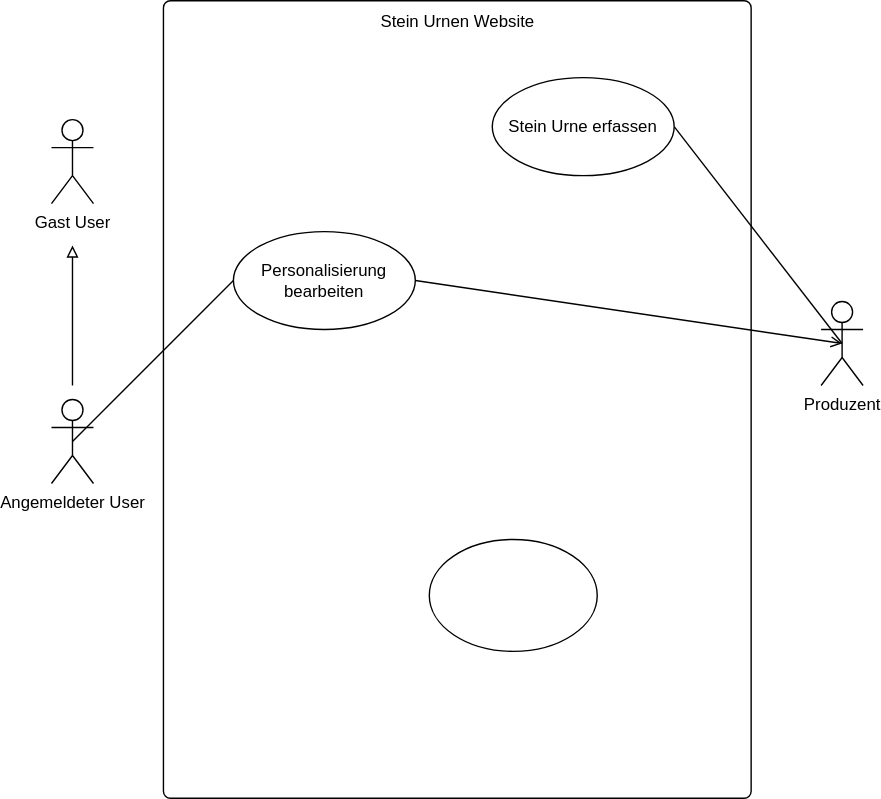
The draw.io diagram doc/figures/ucDiagramm.drawio.svg in bauerfel/bauersteine, before a commit. Source tidied: cells renumbered, new cells last; positions are measured from the earlier drawing's top-left corner, leaving out a move shared by most shapes.
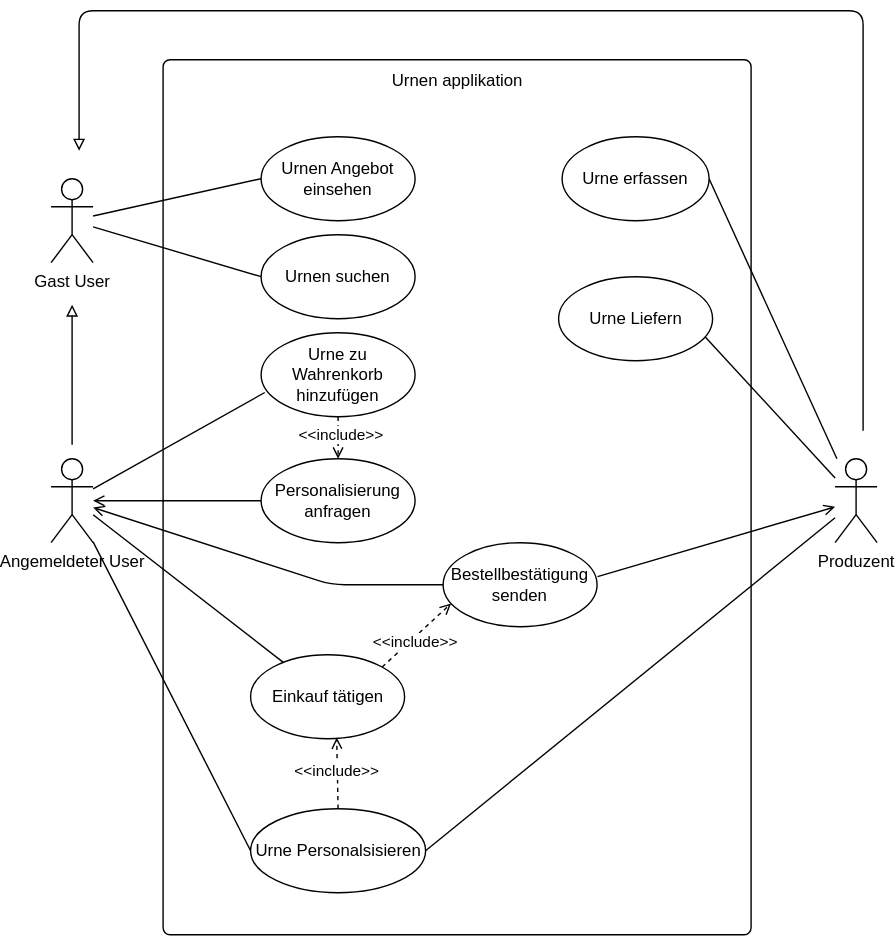
Above is the later version.

Commit message:
UC Diagram aktualisiert

The edit, as a diff of the source:
```diff
@@ -3,28 +3,45 @@
     <mxCell id="0" />
     <mxCell id="1" parent="0" />
     <mxCell id="2" style="html=1;align=center;verticalAlign=top;rounded=1;absoluteArcSize=1;arcSize=10;dashed=0;" parent="1" vertex="1">
-      <mxGeometry x="80" width="420" height="570" as="geometry" />
+      <mxGeometry x="80" width="420" height="625" as="geometry" />
     </mxCell>
+    <mxCell id="14" style="edgeStyle=none;html=1;entryX=0;entryY=0.5;entryDx=0;entryDy=0;endArrow=none;endFill=0;" parent="1" edge="1" source="3" target="13">
+      <mxGeometry relative="1" as="geometry" />
+    </mxCell>
+    <mxCell id="15" style="edgeStyle=none;html=1;entryX=0;entryY=0.5;entryDx=0;entryDy=0;endArrow=none;endFill=0;" parent="1" edge="1" source="3" target="20">
+      <mxGeometry relative="1" as="geometry" />
+    </mxCell>
     <mxCell id="3" value="Gast User" style="shape=umlActor;verticalLabelPosition=bottom;verticalAlign=top;html=1;outlineConnect=0;" parent="1" vertex="1">
       <mxGeometry y="85" width="30" height="60" as="geometry" />
     </mxCell>
-    <mxCell id="4" style="edgeStyle=none;html=1;exitX=0.5;exitY=0.5;exitDx=0;exitDy=0;exitPerimeter=0;entryX=0;entryY=0.5;entryDx=0;entryDy=0;endArrow=none;endFill=0;" parent="1" edge="1" source="5" target="12">
+    <mxCell id="4" style="edgeStyle=none;html=1;entryX=0;entryY=0.5;entryDx=0;entryDy=0;endArrow=none;endFill=0;" parent="1" edge="1" source="5" target="12">
       <mxGeometry relative="1" as="geometry" />
     </mxCell>
+    <mxCell id="16" style="edgeStyle=none;html=1;entryX=0.024;entryY=0.712;entryDx=0;entryDy=0;entryPerimeter=0;endArrow=none;endFill=0;" parent="1" edge="1" source="5" target="23">
+      <mxGeometry relative="1" as="geometry" />
+    </mxCell>
+    <mxCell id="17" style="edgeStyle=none;html=1;endArrow=none;endFill=0;" parent="1" edge="1" target="26">
+      <mxGeometry relative="1" as="geometry">
+        <mxPoint x="30" y="325" as="sourcePoint" />
+      </mxGeometry>
+    </mxCell>
     <mxCell id="5" value="Angemeldeter User" style="shape=umlActor;verticalLabelPosition=bottom;verticalAlign=top;html=1;outlineConnect=0;" parent="1" vertex="1">
       <mxGeometry y="285" width="30" height="60" as="geometry" />
     </mxCell>
-    <mxCell id="6" style="edgeStyle=none;html=1;exitX=0.5;exitY=0.5;exitDx=0;exitDy=0;exitPerimeter=0;entryX=1;entryY=0.5;entryDx=0;entryDy=0;endArrow=none;endFill=0;" parent="1" edge="1" source="7" target="9">
+    <mxCell id="6" style="edgeStyle=none;html=1;entryX=1;entryY=0.5;entryDx=0;entryDy=0;endArrow=none;endFill=0;" parent="1" edge="1" source="7" target="9">
       <mxGeometry relative="1" as="geometry" />
     </mxCell>
+    <mxCell id="18" style="edgeStyle=none;html=1;entryX=0.93;entryY=0.673;entryDx=0;entryDy=0;entryPerimeter=0;endArrow=none;endFill=0;" parent="1" edge="1" source="7" target="29">
+      <mxGeometry relative="1" as="geometry" />
+    </mxCell>
     <mxCell id="7" value="Produzent" style="shape=umlActor;verticalLabelPosition=bottom;verticalAlign=top;html=1;outlineConnect=0;" parent="1" vertex="1">
-      <mxGeometry x="550" y="215" width="30" height="60" as="geometry" />
+      <mxGeometry x="560" y="285" width="30" height="60" as="geometry" />
     </mxCell>
-    <mxCell id="8" value="Stein Urnen Website" style="text;html=1;align=center;verticalAlign=middle;strokeColor=none;fillColor=none;" parent="1" vertex="1">
-      <mxGeometry x="225" width="130" height="30" as="geometry" />
+    <mxCell id="8" value="Urnen applikation" style="text;html=1;align=center;verticalAlign=middle;strokeColor=none;fillColor=none;" parent="1" vertex="1">
+      <mxGeometry x="230" width="120" height="30" as="geometry" />
     </mxCell>
-    <mxCell id="9" value="Stein Urne erfassen" style="ellipse;whiteSpace=wrap;html=1;" parent="1" vertex="1">
-      <mxGeometry x="315" y="55" width="130" height="70" as="geometry" />
+    <mxCell id="9" value="Urne erfassen" style="ellipse;whiteSpace=wrap;html=1;" parent="1" vertex="1">
+      <mxGeometry x="365" y="55" width="105" height="60" as="geometry" />
     </mxCell>
     <mxCell id="10" style="endArrow=block;html=1;endFill=0;" parent="1" edge="1">
       <mxGeometry relative="1" as="geometry">
@@ -32,14 +49,79 @@
         <mxPoint x="15" y="175" as="targetPoint" />
       </mxGeometry>
     </mxCell>
-    <mxCell id="11" style="edgeStyle=none;html=1;exitX=1;exitY=0.5;exitDx=0;exitDy=0;entryX=0.5;entryY=0.5;entryDx=0;entryDy=0;entryPerimeter=0;endArrow=open;endFill=0;" parent="1" edge="1" source="12" target="7">
+    <mxCell id="11" style="edgeStyle=none;html=1;exitX=1;exitY=0.5;exitDx=0;exitDy=0;endArrow=none;endFill=0;" parent="1" edge="1" source="12" target="7">
       <mxGeometry relative="1" as="geometry" />
     </mxCell>
-    <mxCell id="12" value="Personalisierung bearbeiten" style="ellipse;whiteSpace=wrap;html=1;" parent="1" vertex="1">
-      <mxGeometry x="130" y="165" width="130" height="70" as="geometry" />
+    <mxCell id="12" value="Urne Personalsisieren" style="ellipse;whiteSpace=wrap;html=1;" parent="1" vertex="1">
+      <mxGeometry x="142.5" y="535" width="125" height="60" as="geometry" />
     </mxCell>
-    <mxCell id="13" style="ellipse;whiteSpace=wrap;html=1;" parent="1" vertex="1">
-      <mxGeometry x="270" y="385" width="120" height="80" as="geometry" />
+    <mxCell id="13" value="Urnen Angebot einsehen" style="ellipse;whiteSpace=wrap;html=1;" parent="1" vertex="1">
+      <mxGeometry x="150" y="55" width="110" height="60" as="geometry" />
     </mxCell>
+    <mxCell id="19" style="endArrow=block;html=1;endFill=0;" parent="1" edge="1">
+      <mxGeometry relative="1" as="geometry">
+        <mxPoint x="580" y="265" as="sourcePoint" />
+        <mxPoint x="20" y="65" as="targetPoint" />
+        <Array as="points">
+          <mxPoint x="580" y="-35" />
+          <mxPoint x="20" y="-35" />
+        </Array>
+      </mxGeometry>
+    </mxCell>
+    <mxCell id="20" value="Urnen suchen" style="ellipse;whiteSpace=wrap;html=1;" parent="1" vertex="1">
+      <mxGeometry x="150" y="125" width="110" height="60" as="geometry" />
+    </mxCell>
+    <mxCell id="21" style="edgeStyle=none;html=1;exitX=0.5;exitY=1;exitDx=0;exitDy=0;entryX=0.5;entryY=0;entryDx=0;entryDy=0;endArrow=open;endFill=0;dashed=1;" parent="1" edge="1" source="23" target="25">
+      <mxGeometry relative="1" as="geometry" />
+    </mxCell>
+    <mxCell id="22" value="&amp;lt;&amp;lt;include&amp;gt;&amp;gt;" style="edgeLabel;html=1;align=center;verticalAlign=middle;" parent="21" vertex="1">
+      <mxGeometry x="0.38" y="1" relative="1" as="geometry">
+        <mxPoint y="-9" as="offset" />
+      </mxGeometry>
+    </mxCell>
+    <mxCell id="23" value="Urne zu Wahrenkorb hinzufügen" style="ellipse;whiteSpace=wrap;html=1;" parent="1" vertex="1">
+      <mxGeometry x="150" y="195" width="110" height="60" as="geometry" />
+    </mxCell>
+    <mxCell id="24" style="edgeStyle=none;html=1;exitX=0;exitY=0.5;exitDx=0;exitDy=0;endArrow=open;endFill=0;" parent="1" edge="1" source="25" target="5">
+      <mxGeometry relative="1" as="geometry" />
+    </mxCell>
+    <mxCell id="25" value="Personalisierung&lt;br&gt;anfragen" style="ellipse;whiteSpace=wrap;html=1;" parent="1" vertex="1">
+      <mxGeometry x="150" y="285" width="110" height="60" as="geometry" />
+    </mxCell>
+    <mxCell id="26" value="Einkauf tätigen" style="ellipse;whiteSpace=wrap;html=1;" parent="1" vertex="1">
+      <mxGeometry x="142.5" y="425" width="110" height="60" as="geometry" />
+    </mxCell>
+    <mxCell id="27" style="edgeStyle=none;html=1;endArrow=open;endFill=0;dashed=1;entryX=0.559;entryY=0.986;entryDx=0;entryDy=0;entryPerimeter=0;" parent="1" edge="1" source="12" target="26">
+      <mxGeometry relative="1" as="geometry" />
+    </mxCell>
+    <mxCell id="28" value="&amp;lt;&amp;lt;include&amp;gt;&amp;gt;" style="edgeLabel;html=1;align=center;verticalAlign=middle;" parent="27" vertex="1">
+      <mxGeometry x="0.38" y="1" relative="1" as="geometry">
+        <mxPoint y="8" as="offset" />
+      </mxGeometry>
+    </mxCell>
+    <mxCell id="29" value="Urne Liefern" style="ellipse;whiteSpace=wrap;html=1;" parent="1" vertex="1">
+      <mxGeometry x="362.5" y="155" width="110" height="60" as="geometry" />
+    </mxCell>
+    <mxCell id="30" style="edgeStyle=none;html=1;exitX=0;exitY=0.5;exitDx=0;exitDy=0;endArrow=open;endFill=0;" parent="1" edge="1" source="32" target="5">
+      <mxGeometry relative="1" as="geometry">
+        <Array as="points">
+          <mxPoint x="200" y="375" />
+        </Array>
+      </mxGeometry>
+    </mxCell>
+    <mxCell id="31" style="edgeStyle=none;html=1;exitX=1.003;exitY=0.404;exitDx=0;exitDy=0;endArrow=open;endFill=0;exitPerimeter=0;" parent="1" edge="1" source="32" target="7">
+      <mxGeometry relative="1" as="geometry" />
+    </mxCell>
+    <mxCell id="32" value="Bestellbestätigung senden" style="ellipse;whiteSpace=wrap;html=1;" parent="1" vertex="1">
+      <mxGeometry x="280" y="345" width="110" height="60" as="geometry" />
+    </mxCell>
+    <mxCell id="33" style="edgeStyle=none;html=1;endArrow=open;endFill=0;dashed=1;entryX=0.052;entryY=0.724;entryDx=0;entryDy=0;entryPerimeter=0;exitX=1;exitY=0;exitDx=0;exitDy=0;" parent="1" edge="1" source="26" target="32">
+      <mxGeometry relative="1" as="geometry" />
+    </mxCell>
+    <mxCell id="34" value="&amp;lt;&amp;lt;include&amp;gt;&amp;gt;" style="edgeLabel;html=1;align=center;verticalAlign=middle;" parent="33" vertex="1">
+      <mxGeometry x="0.38" y="1" relative="1" as="geometry">
+        <mxPoint x="-10" y="13" as="offset" />
+      </mxGeometry>
+    </mxCell>
   </root>
 </mxGraphModel>
```
